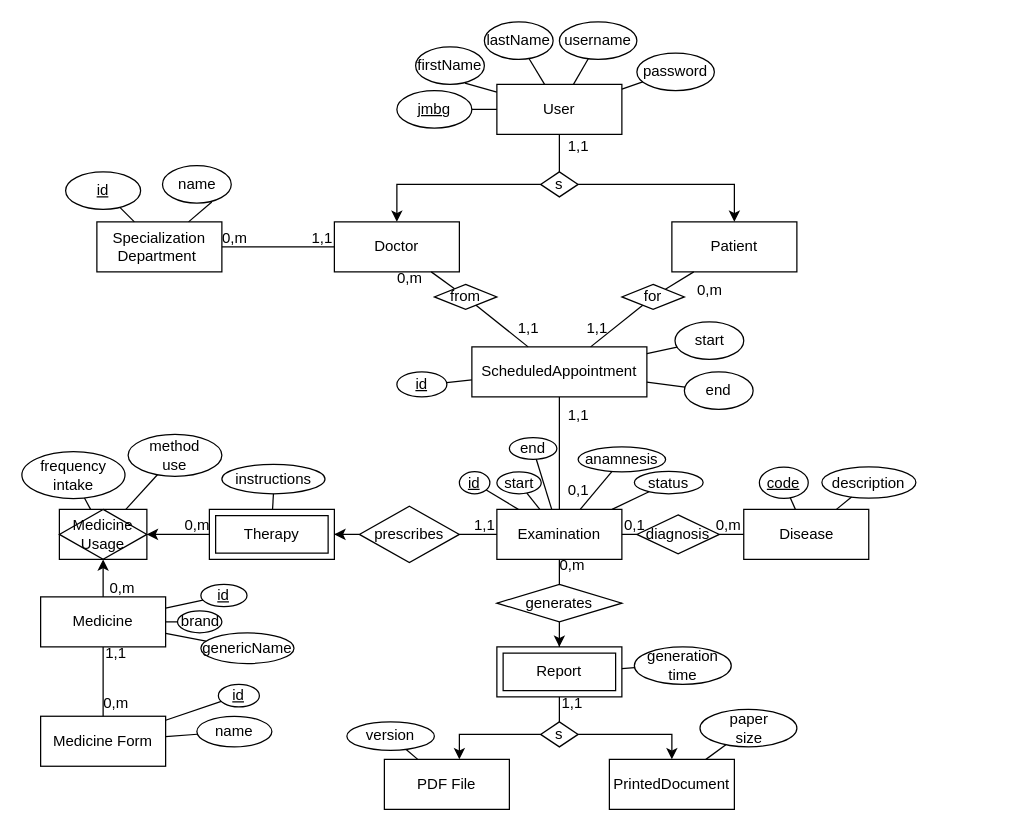
The draw.io diagram PMOV.drawio in VeljkoBlagojevic/micro_medic, before the edit. Source tidied: cells renumbered, new cells numbered last; positions are measured from the earlier drawing's top-left corner, leaving out a move shared by most shapes. Both pictures are drawn from the tidied source at 125%, with x=0, y=0 at pixel (21, 21).
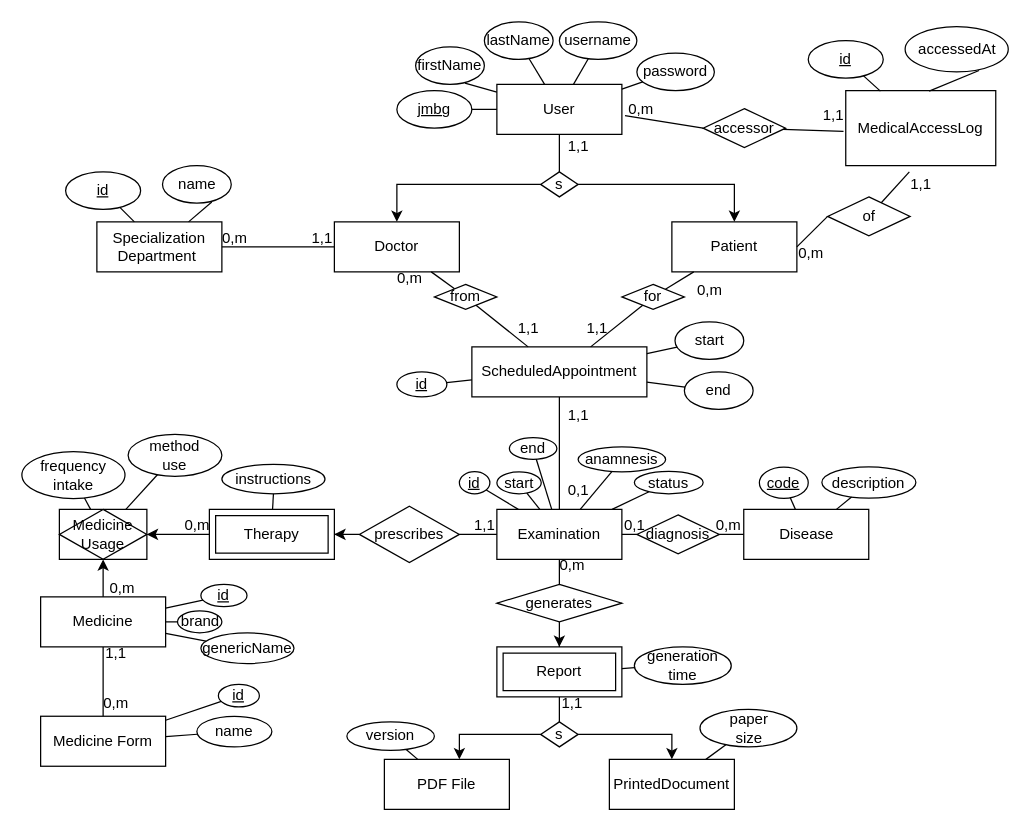
The same diagram, later.

The change refers to these unchanged cells:
```xml
<mxCell id="2" value="User" style="whiteSpace=wrap;html=1;align=center;" parent="1" vertex="1">
  <mxGeometry x="380" y="50" width="100" height="40" as="geometry" />
</mxCell>
<mxCell id="4" value="Patient" style="whiteSpace=wrap;html=1;align=center;" parent="1" vertex="1">
  <mxGeometry x="520" y="160" width="100" height="40" as="geometry" />
</mxCell>
```

Diff of the diagram source:
```diff
@@
+    <mxCell id="118" value="MedicalAccessLog" style="rounded=0;whiteSpace=wrap;html=1;" parent="1" vertex="1">
+      <mxGeometry x="659.1" y="55" width="120" height="60" as="geometry" />
+    </mxCell>
+    <mxCell id="119" value="id" style="ellipse;whiteSpace=wrap;html=1;align=center;fontStyle=4;" parent="1" vertex="1">
+      <mxGeometry x="629.1" y="15" width="60" height="30" as="geometry" />
+    </mxCell>
+    <mxCell id="120" value="accessedAt" style="ellipse;whiteSpace=wrap;html=1;align=center;" parent="1" vertex="1">
+      <mxGeometry x="706.6" y="3.8" width="82.5" height="36.2" as="geometry" />
+    </mxCell>
+    <mxCell id="121" style="endArrow=none;html=1;rounded=0;entryX=0.231;entryY=0.007;entryDx=0;entryDy=0;entryPerimeter=0;" parent="1" edge="1" source="119" target="118">
+      <mxGeometry relative="1" as="geometry" />
+    </mxCell>
+    <mxCell id="122" style="endArrow=none;html=1;rounded=0;exitX=0.717;exitY=0.969;exitDx=0;exitDy=0;exitPerimeter=0;entryX=0.556;entryY=0.007;entryDx=0;entryDy=0;entryPerimeter=0;" parent="1" edge="1" source="120" target="118">
+      <mxGeometry relative="1" as="geometry" />
+    </mxCell>
+    <mxCell id="123" value="accessor" style="shape=rhombus;perimeter=rhombusPerimeter;whiteSpace=wrap;html=1;align=center;" parent="1" vertex="1">
+      <mxGeometry x="545" y="69.4" width="66" height="31.2" as="geometry" />
+    </mxCell>
+    <mxCell id="124" style="endArrow=none;html=1;rounded=0;entryX=-0.015;entryY=0.544;entryDx=0;entryDy=0;entryPerimeter=0;" parent="1" edge="1" source="123" target="118">
+      <mxGeometry relative="1" as="geometry" />
+    </mxCell>
+    <mxCell id="125" style="endArrow=none;html=1;rounded=0;entryX=0;entryY=0.5;entryDx=0;entryDy=0;exitX=1.025;exitY=0.623;exitDx=0;exitDy=0;exitPerimeter=0;" parent="1" edge="1" source="2" target="123">
+      <mxGeometry relative="1" as="geometry" />
+    </mxCell>
+    <mxCell id="126" value="1,1" style="text;html=1;align=center;verticalAlign=middle;strokeColor=none;fillColor=none;" parent="1" vertex="1">
+      <mxGeometry x="629.1" y="60" width="40" height="30" as="geometry" />
+    </mxCell>
+    <mxCell id="127" value="0,m" style="text;html=1;align=center;verticalAlign=middle;strokeColor=none;fillColor=none;" parent="1" vertex="1">
+      <mxGeometry x="475" y="55" width="40" height="30" as="geometry" />
+    </mxCell>
+    <mxCell id="128" value="of" style="shape=rhombus;perimeter=rhombusPerimeter;whiteSpace=wrap;html=1;align=center;" parent="1" vertex="1">
+      <mxGeometry x="644.6" y="140" width="66" height="31.2" as="geometry" />
+    </mxCell>
+    <mxCell id="129" style="endArrow=none;html=1;rounded=0;entryX=0.424;entryY=1.083;entryDx=0;entryDy=0;entryPerimeter=0;" parent="1" edge="1" source="128" target="118">
+      <mxGeometry relative="1" as="geometry" />
+    </mxCell>
+    <mxCell id="130" style="endArrow=none;html=1;rounded=0;entryX=0;entryY=0.5;entryDx=0;entryDy=0;exitX=1;exitY=0.5;exitDx=0;exitDy=0;" parent="1" edge="1" source="4" target="128">
+      <mxGeometry relative="1" as="geometry" />
+    </mxCell>
+    <mxCell id="131" value="1,1" style="text;html=1;align=center;verticalAlign=middle;strokeColor=none;fillColor=none;" parent="1" vertex="1">
+      <mxGeometry x="699.1" y="115" width="40" height="30" as="geometry" />
+    </mxCell>
+    <mxCell id="132" value="0,m" style="text;html=1;align=center;verticalAlign=middle;strokeColor=none;fillColor=none;" parent="1" vertex="1">
+      <mxGeometry x="611" y="170" width="40" height="30" as="geometry" />
+    </mxCell>
```
